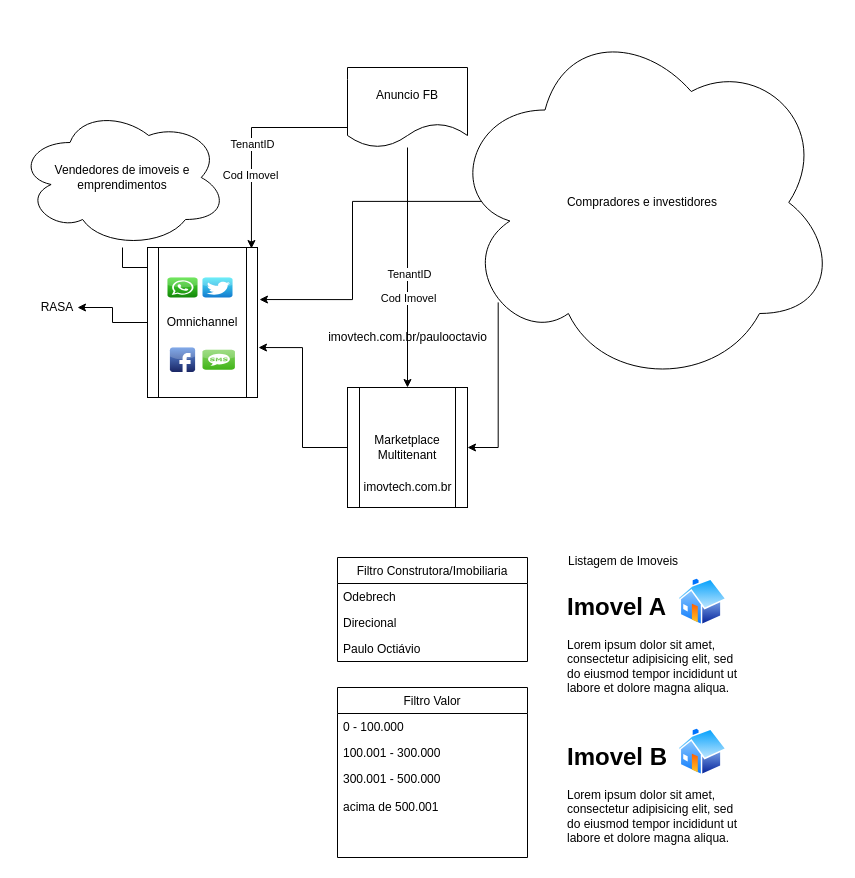
Before: fluxo-negocio.drawio in gilbertoasz87/rasa-imovtech, a draw.io diagram. Source tidied: cells renumbered, new cells numbered last; positions are measured from the earlier drawing's top-left corner, leaving out a move shared by most shapes. Both pictures are drawn from the tidied source at 100%, with x=0, y=0 at pixel (17, 17).
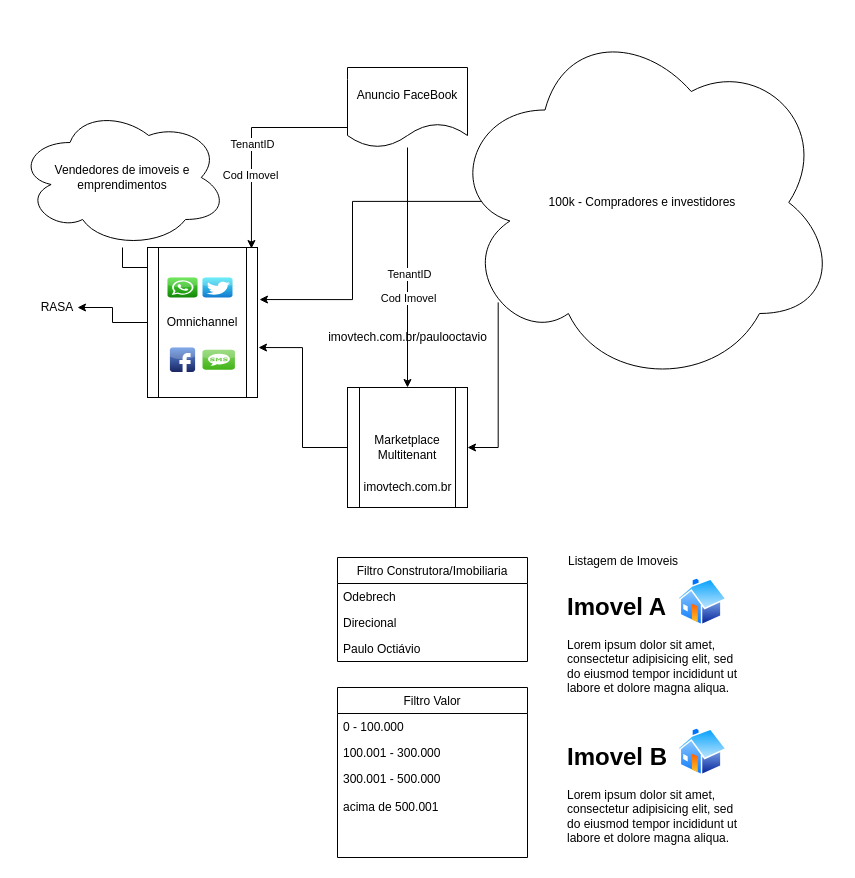
The same page after the edit.

Commit message (it also covers changes not shown here):
diagramas atualizados

Diff of the diagram source:
```diff
@@
-    <mxCell id="6" value="Compradores e investidores" style="ellipse;shape=cloud;whiteSpace=wrap;html=1;" parent="1" vertex="1">
+    <mxCell id="6" value="100k - Compradores e investidores" style="ellipse;shape=cloud;whiteSpace=wrap;html=1;" parent="1" vertex="1">
       <mxGeometry x="430" width="390" height="370" as="geometry" />
     </mxCell>
@@
-    <mxCell id="17" value="Anuncio FB" style="shape=document;whiteSpace=wrap;html=1;boundedLbl=1;" parent="1" vertex="1">
+    <mxCell id="17" value="Anuncio FaceBook" style="shape=document;whiteSpace=wrap;html=1;boundedLbl=1;" parent="1" vertex="1">
       <mxGeometry x="330" y="50" width="120" height="80" as="geometry" />
     </mxCell>
```
